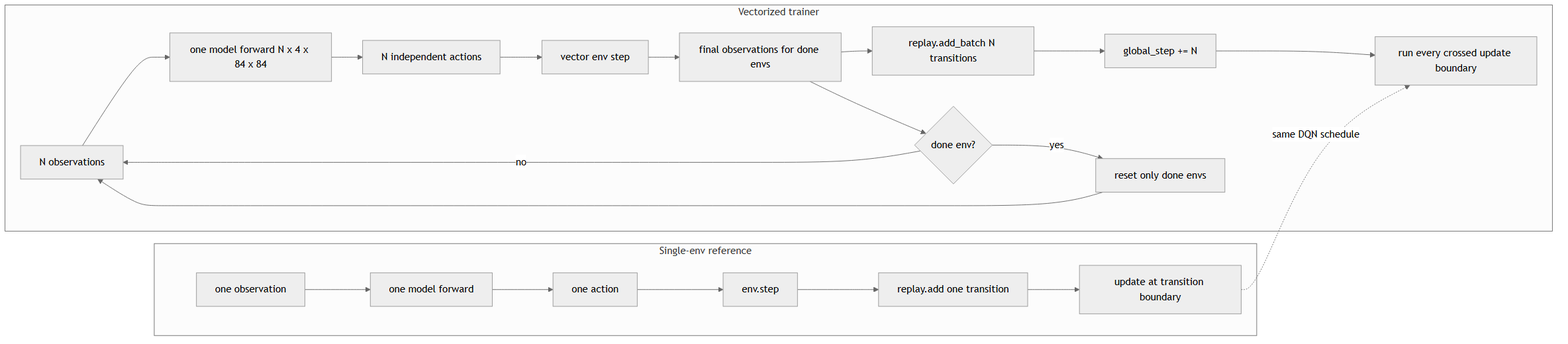
Above: assets/day16/vectorized-pipeline.png in Tommyweige/breakout-rl-engineering (Mermaid), before the change. Its source is kept beside it as assets/day16/vectorized-pipeline.mmd. Source of this version:
```mermaid
flowchart LR
    subgraph S[Single-env reference]
        S0[one observation] --> S1[one model forward]
        S1 --> S2[one action]
        S2 --> S3[env.step]
        S3 --> S4[replay.add one transition]
        S4 --> S5[update at transition boundary]
    end

    subgraph V[Vectorized trainer]
        V0[N observations] --> V1[one model forward N x 4 x 84 x 84]
        V1 --> V2[N independent actions]
        V2 --> V3[vector env step]
        V3 --> V4[final observations for done envs]
        V4 --> V5[replay.add_batch N transitions]
        V5 --> V6[global_step += N]
        V6 --> V7[run every crossed update boundary]
        V4 --> V8{done env?}
        V8 -->|yes| V9[reset only done envs]
        V8 -->|no| V0
        V9 --> V0
    end

    S5 -. same DQN schedule .-> V7
```
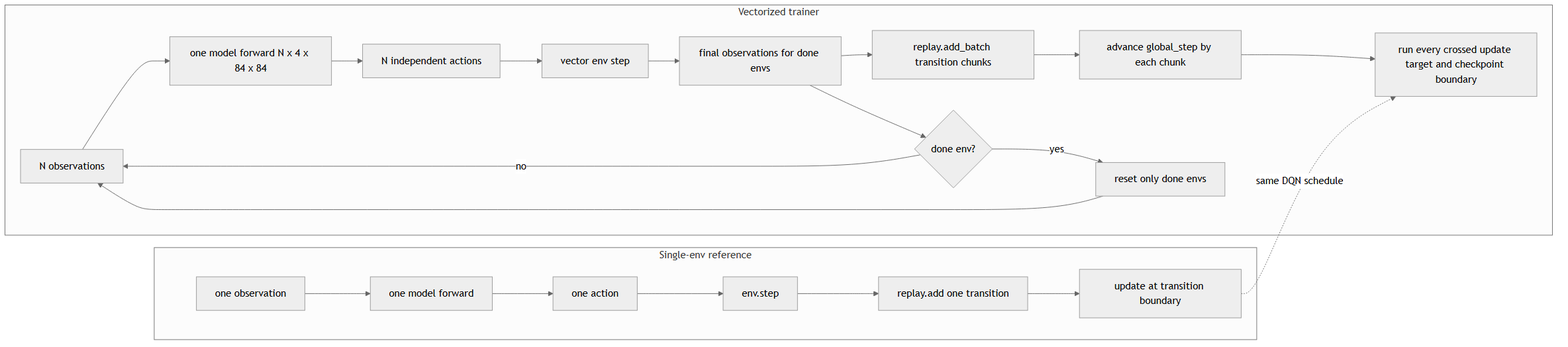
Later version of the same file.

Commit message:
fix: preserve vectorized transition boundaries

Diff of the diagram source:
```diff
@@ -12,9 +12,9 @@
         V1 --> V2[N independent actions]
         V2 --> V3[vector env step]
         V3 --> V4[final observations for done envs]
-        V4 --> V5[replay.add_batch N transitions]
-        V5 --> V6[global_step += N]
-        V6 --> V7[run every crossed update boundary]
+        V4 --> V5[replay.add_batch transition chunks]
+        V5 --> V6[advance global_step by each chunk]
+        V6 --> V7[run every crossed update target and checkpoint boundary]
         V4 --> V8{done env?}
         V8 -->|yes| V9[reset only done envs]
         V8 -->|no| V0
```
